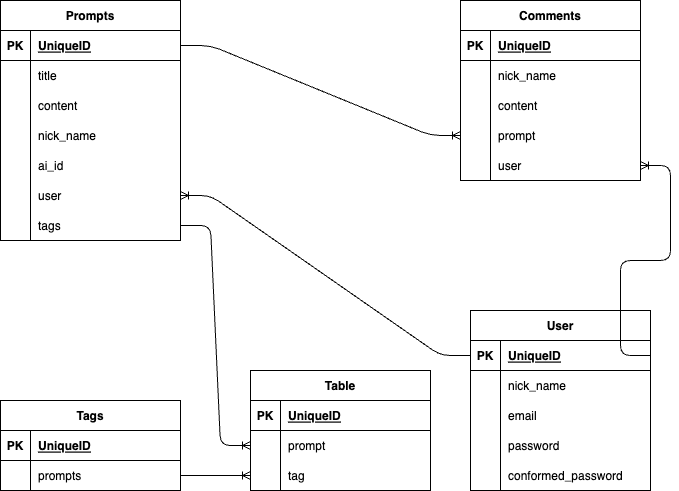
This is data_base_setting.drawio.png from Takenoko463/prompter, a draw.io export, as it was before one commit. Source tidied: cells renumbered, new cells last; positions are measured from the earlier drawing's top-left corner, leaving out a move shared by most shapes.
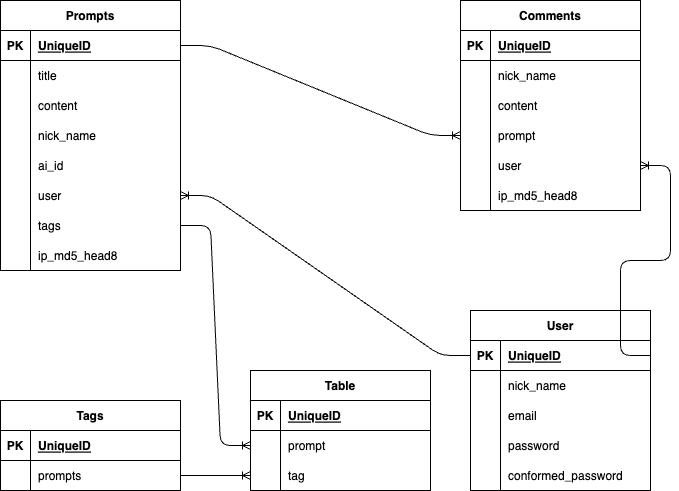
After the commit.

Commit message:
データ設計をipを絡めたものに変更

Change to the diagram source:
```diff
@@ -3,7 +3,7 @@
     <mxCell id="0" />
     <mxCell id="1" parent="0" />
     <mxCell id="2" value="Prompts" style="shape=table;startSize=30;rowLines=0;fontStyle=1;align=center;" parent="1" vertex="1">
-      <mxGeometry width="180" height="240" as="geometry" />
+      <mxGeometry width="180" height="270" as="geometry" />
     </mxCell>
     <mxCell id="3" style="shape=tableRow;horizontal=0;startSize=0;swimlaneHead=0;swimlaneBody=0;fillColor=none;points=[[0,0.5],[1,0.5]];portConstraint=eastwest;top=0;left=0;right=0;bottom=1;" parent="2" vertex="1">
       <mxGeometry y="30" width="180" height="30" as="geometry" />
@@ -68,8 +68,17 @@
     <mxCell id="23" value="tags" style="shape=partialRectangle;fillColor=none;top=0;left=0;bottom=0;right=0;align=left;spacingLeft=6;overflow=hidden;" parent="21" vertex="1">
       <mxGeometry x="30" width="150" height="30" as="geometry" />
     </mxCell>
+    <mxCell id="78" style="shape=tableRow;horizontal=0;startSize=0;swimlaneHead=0;swimlaneBody=0;fillColor=none;top=0;left=0;right=0;bottom=0;" parent="2" vertex="1">
+      <mxGeometry y="240" width="180" height="30" as="geometry" />
+    </mxCell>
+    <mxCell id="79" style="shape=partialRectangle;fillColor=none;top=0;left=0;bottom=0;right=0;overflow=hidden;" parent="78" vertex="1">
+      <mxGeometry width="30" height="30" as="geometry" />
+    </mxCell>
+    <mxCell id="80" value="ip_md5_head8" style="shape=partialRectangle;fillColor=none;top=0;left=0;bottom=0;right=0;align=left;spacingLeft=6;overflow=hidden;" parent="78" vertex="1">
+      <mxGeometry x="30" width="150" height="30" as="geometry" />
+    </mxCell>
     <mxCell id="24" value="Comments" style="shape=table;startSize=30;rowLines=0;fontStyle=1;align=center;" parent="1" vertex="1">
-      <mxGeometry x="460" width="180" height="180" as="geometry" />
+      <mxGeometry x="460" width="180" height="210" as="geometry" />
     </mxCell>
     <mxCell id="25" style="shape=tableRow;horizontal=0;startSize=0;swimlaneHead=0;swimlaneBody=0;fillColor=none;top=0;left=0;right=0;bottom=1;" parent="24" vertex="1">
       <mxGeometry y="30" width="180" height="30" as="geometry" />
@@ -116,6 +125,15 @@
     <mxCell id="39" value="user" style="shape=partialRectangle;fillColor=none;top=0;left=0;bottom=0;right=0;align=left;spacingLeft=6;overflow=hidden;" parent="37" vertex="1">
       <mxGeometry x="30" width="150" height="30" as="geometry" />
     </mxCell>
+    <mxCell id="81" style="shape=tableRow;horizontal=0;startSize=0;swimlaneHead=0;swimlaneBody=0;fillColor=none;top=0;left=0;right=0;bottom=0;" parent="24" vertex="1">
+      <mxGeometry y="180" width="180" height="30" as="geometry" />
+    </mxCell>
+    <mxCell id="82" style="shape=partialRectangle;fillColor=none;top=0;left=0;bottom=0;right=0;overflow=hidden;" parent="81" vertex="1">
+      <mxGeometry width="30" height="30" as="geometry" />
+    </mxCell>
+    <mxCell id="83" value="ip_md5_head8" style="shape=partialRectangle;fillColor=none;top=0;left=0;bottom=0;right=0;align=left;spacingLeft=6;overflow=hidden;" parent="81" vertex="1">
+      <mxGeometry x="30" width="150" height="30" as="geometry" />
+    </mxCell>
     <mxCell id="40" value="Tags" style="shape=table;startSize=30;rowLines=0;fontStyle=1;align=center;" parent="1" vertex="1">
       <mxGeometry y="400" width="180" height="90" as="geometry" />
     </mxCell>
```
